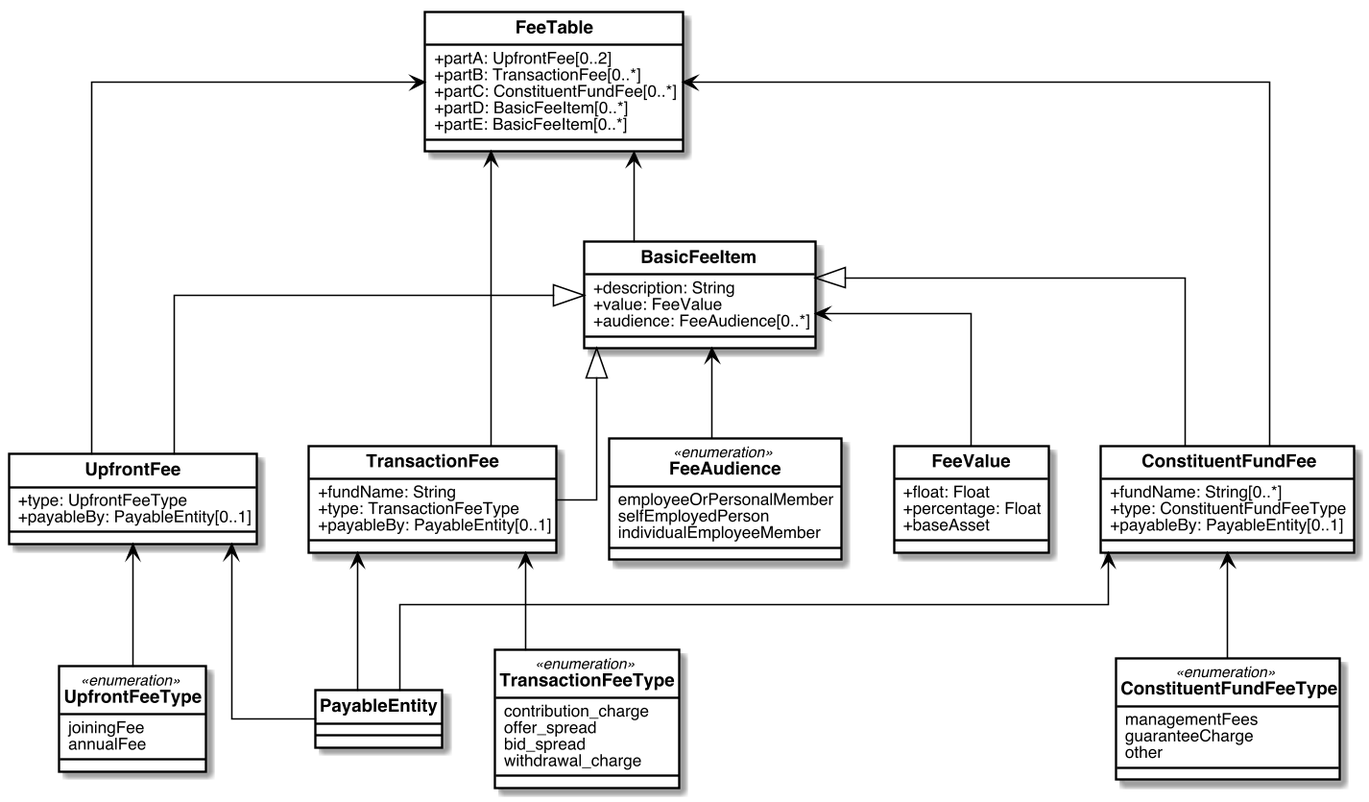
metanorma/standoc-models keeps this PlantUML diagram as mpfa/images/OfferingDocFeeTable.png. Above is the earlier version. The source it was exported from:
```plantuml
@startuml OfferingDocFeeTable


skinparam Dpi 150
skinparam Monochrome false
skinparam LineType ortho
hide circle
skinparam Default {
  TextAlignment center
  FontName Helvetica
}
skinparam Class {
  AttributeIconSize 0
  BackgroundColor White
  ArrowColor Black
  BorderColor Black
  FontStyle bold
  StereotypeFontSize 10
}
skinparam Rectangle {
  BackgroundColor White
  ArrowColor Black
  BorderColor Black
  FontStyle bold
  FontSize 11
  StereotypeFontSize 10
}
skinparam Object {
  BackgroundColor White
  ArrowColor Black
  BorderColor Black
  FontStyle bold
  FontSize 11
  StereotypeFontSize 10
}

skinparam Entity {
  StereotypeFontSize 10
}





class FeeTable {
  +partA: UpfrontFee[0..2]
  +partB: TransactionFee[0..*]
  +partC: ConstituentFundFee[0..*]
  +partD: BasicFeeItem[0..*]
  +partE: BasicFeeItem[0..*]
}

FeeTable <-- UpfrontFee
FeeTable <-- TransactionFee
FeeTable <-- ConstituentFundFee
FeeTable <-- BasicFeeItem

class FeeValue {
  +float: Float
  +percentage: Float
  +baseAsset
}

enum FeeAudience <<enumeration>>{
  employeeOrPersonalMember
  selfEmployedPerson
  individualEmployeeMember
}

class BasicFeeItem {
  +description: String
  +value: FeeValue
  +audience: FeeAudience[0..*]
}

BasicFeeItem <-- FeeValue
BasicFeeItem <-- FeeAudience

class UpfrontFee {
  +type: UpfrontFeeType
	+payableBy: PayableEntity[0..1]
}

BasicFeeItem <|-- UpfrontFee
UpfrontFee <-- PayableEntity

enum UpfrontFeeType <<enumeration>>{
	joiningFee
	annualFee
}

UpfrontFee <-- UpfrontFeeType

class TransactionFee {
	+fundName: String
  +type: TransactionFeeType
	+payableBy: PayableEntity[0..1]
}
TransactionFee <-- PayableEntity
BasicFeeItem <|-- TransactionFee

enum TransactionFeeType <<enumeration>>{
	contribution_charge
	offer_spread
	bid_spread
	withdrawal_charge
}

TransactionFee <-- TransactionFeeType

class ConstituentFundFee {
	+fundName: String[0..*]
  +type: ConstituentFundFeeType
	+payableBy: PayableEntity[0..1]
}

BasicFeeItem <|-- ConstituentFundFee
ConstituentFundFee <-- PayableEntity

enum ConstituentFundFeeType <<enumeration>>{
	managementFees
	guaranteeCharge
	other
}
ConstituentFundFee <-- ConstituentFundFeeType

class PayableEntity {
}



@enduml
```
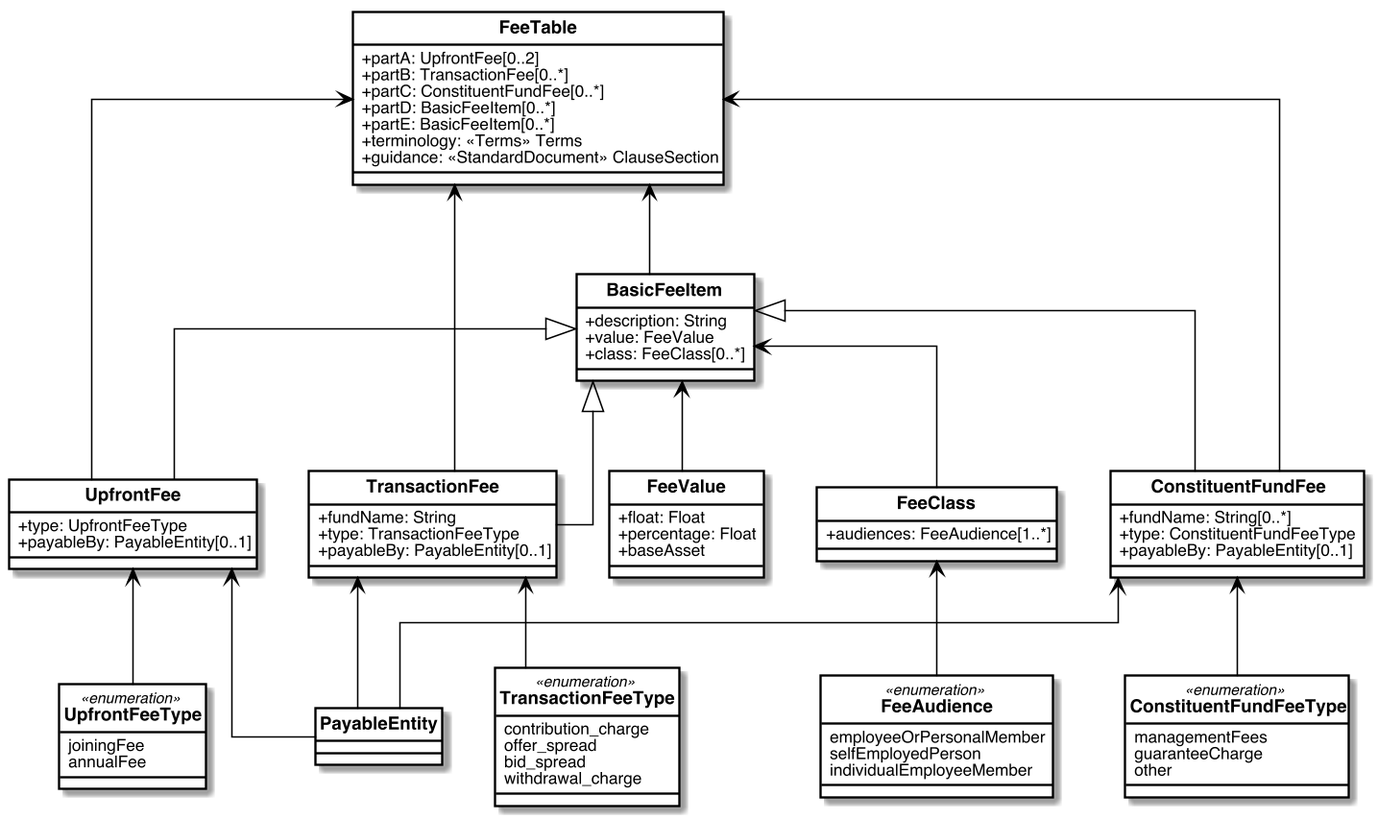
Later version of the same file.

Commit message:
Update fee table models

What changed in the source:
```diff
@@ -48,6 +48,8 @@
   +partC: ConstituentFundFee[0..*]
   +partD: BasicFeeItem[0..*]
   +partE: BasicFeeItem[0..*]
+  +terminology: <<Terms>> Terms
+  +guidance: <<StandardDocument>> ClauseSection
 }
 
 FeeTable <-- UpfrontFee
@@ -61,20 +63,24 @@
   +baseAsset
 }
 
+class FeeClass {
+  +audiences: FeeAudience[1..*]
+}
 enum FeeAudience <<enumeration>>{
   employeeOrPersonalMember
   selfEmployedPerson
   individualEmployeeMember
 }
+FeeClass <-- FeeAudience
 
 class BasicFeeItem {
   +description: String
   +value: FeeValue
-  +audience: FeeAudience[0..*]
+  +class: FeeClass[0..*]
 }
 
 BasicFeeItem <-- FeeValue
-BasicFeeItem <-- FeeAudience
+BasicFeeItem <-- FeeClass
 
 class UpfrontFee {
   +type: UpfrontFeeType
```
